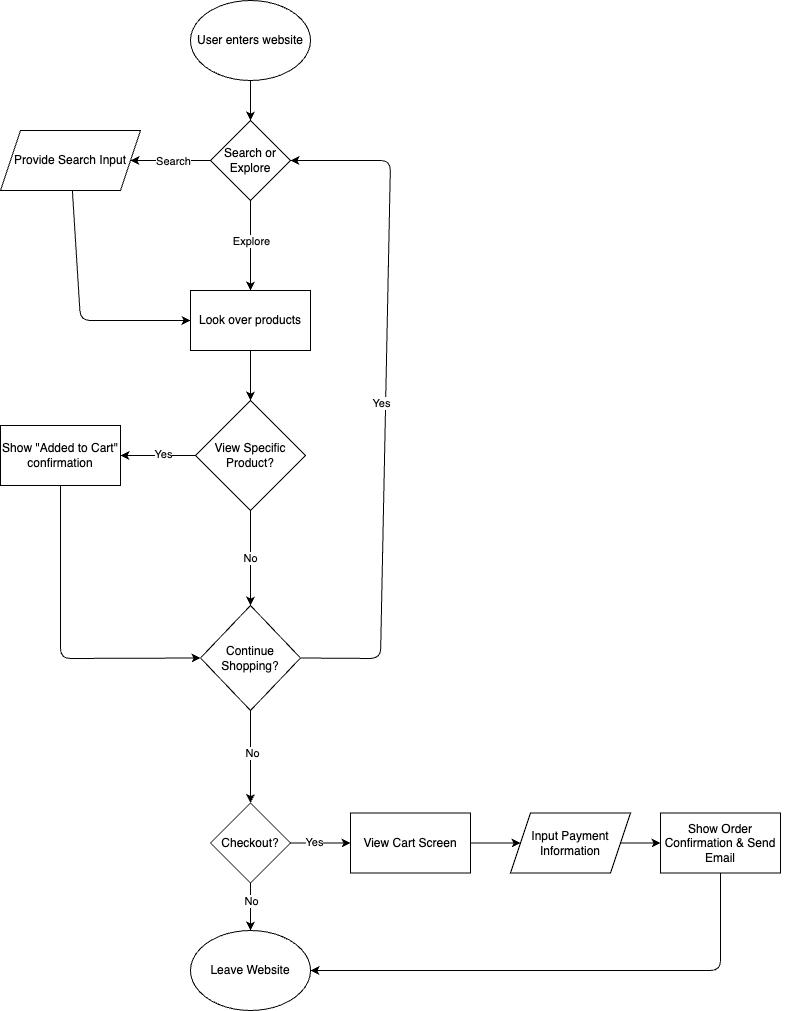
Above: explore/diagramming/diagram.drawio.png in iirosales/sp26-cse110-lab4 (draw.io), before the change. Source tidied: cells renumbered, new cells last; positions are measured from the earlier drawing's top-left corner, leaving out a move shared by most shapes. Source of this version:
```xml
<mxGraphModel>
  <root>
    <mxCell id="0" />
    <mxCell id="1" parent="0" />
    <mxCell id="2" style="edgeStyle=none;html=1;" parent="1" edge="1" source="3" target="8">
      <mxGeometry relative="1" as="geometry" />
    </mxCell>
    <mxCell id="3" value="User enters website" style="ellipse;whiteSpace=wrap;html=1;" parent="1" vertex="1">
      <mxGeometry x="190" width="120" height="80" as="geometry" />
    </mxCell>
    <mxCell id="4" style="edgeStyle=none;html=1;entryX=1;entryY=0.5;entryDx=0;entryDy=0;" parent="1" edge="1" source="8" target="10">
      <mxGeometry relative="1" as="geometry" />
    </mxCell>
    <mxCell id="5" value="Search" style="edgeLabel;html=1;align=center;verticalAlign=middle;" parent="4" vertex="1">
      <mxGeometry x="-0.06" relative="1" as="geometry" />
    </mxCell>
    <mxCell id="6" style="edgeStyle=none;html=1;" parent="1" edge="1" source="8" target="12">
      <mxGeometry relative="1" as="geometry" />
    </mxCell>
    <mxCell id="7" value="Explore" style="edgeLabel;html=1;align=center;verticalAlign=middle;" parent="6" vertex="1">
      <mxGeometry x="-0.38" y="3" relative="1" as="geometry">
        <mxPoint x="-3" y="12" as="offset" />
      </mxGeometry>
    </mxCell>
    <mxCell id="8" value="Search or Explore" style="rhombus;whiteSpace=wrap;html=1;" parent="1" vertex="1">
      <mxGeometry x="210" y="120" width="80" height="80" as="geometry" />
    </mxCell>
    <mxCell id="9" style="edgeStyle=none;html=1;entryX=0;entryY=0.5;entryDx=0;entryDy=0;" parent="1" edge="1" source="10" target="12">
      <mxGeometry relative="1" as="geometry">
        <Array as="points">
          <mxPoint x="80" y="320" />
        </Array>
      </mxGeometry>
    </mxCell>
    <mxCell id="10" value="Provide Search Input" style="shape=parallelogram;perimeter=parallelogramPerimeter;whiteSpace=wrap;html=1;fixedSize=1;" parent="1" vertex="1">
      <mxGeometry y="130" width="140" height="60" as="geometry" />
    </mxCell>
    <mxCell id="11" style="edgeStyle=none;html=1;" parent="1" edge="1" source="12" target="16">
      <mxGeometry relative="1" as="geometry" />
    </mxCell>
    <mxCell id="12" value="Look over products" style="whiteSpace=wrap;html=1;" parent="1" vertex="1">
      <mxGeometry x="190" y="290" width="120" height="60" as="geometry" />
    </mxCell>
    <mxCell id="13" value="No" style="edgeStyle=none;html=1;" parent="1" edge="1" source="16" target="21">
      <mxGeometry relative="1" as="geometry" />
    </mxCell>
    <mxCell id="14" style="edgeStyle=none;html=1;" parent="1" edge="1" source="16" target="23">
      <mxGeometry relative="1" as="geometry" />
    </mxCell>
    <mxCell id="15" value="Yes" style="edgeLabel;html=1;align=center;verticalAlign=middle;" parent="14" vertex="1">
      <mxGeometry x="-0.13" y="-2" relative="1" as="geometry" />
    </mxCell>
    <mxCell id="16" value="View Specific Product?" style="rhombus;whiteSpace=wrap;html=1;" parent="1" vertex="1">
      <mxGeometry x="195" y="400" width="110" height="110" as="geometry" />
    </mxCell>
    <mxCell id="17" style="edgeStyle=none;html=1;entryX=1;entryY=0.5;entryDx=0;entryDy=0;exitX=1;exitY=0.5;exitDx=0;exitDy=0;" parent="1" edge="1" source="21" target="8">
      <mxGeometry relative="1" as="geometry">
        <Array as="points">
          <mxPoint x="380" y="658" />
          <mxPoint x="390" y="160" />
        </Array>
      </mxGeometry>
    </mxCell>
    <mxCell id="18" value="Yes" style="edgeLabel;html=1;align=center;verticalAlign=middle;" parent="17" vertex="1">
      <mxGeometry x="0.02" y="-5" relative="1" as="geometry">
        <mxPoint x="-10" y="9" as="offset" />
      </mxGeometry>
    </mxCell>
    <mxCell id="19" style="edgeStyle=none;html=1;" parent="1" edge="1" source="21" target="28">
      <mxGeometry relative="1" as="geometry" />
    </mxCell>
    <mxCell id="20" value="No" style="edgeLabel;html=1;align=center;verticalAlign=middle;" parent="19" vertex="1">
      <mxGeometry x="-0.1" y="1" relative="1" as="geometry" />
    </mxCell>
    <mxCell id="21" value="Continue Shopping?" style="rhombus;whiteSpace=wrap;html=1;" parent="1" vertex="1">
      <mxGeometry x="200" y="605" width="100" height="105" as="geometry" />
    </mxCell>
    <mxCell id="22" style="edgeStyle=none;html=1;entryX=0;entryY=0.5;entryDx=0;entryDy=0;" parent="1" edge="1" source="23" target="21">
      <mxGeometry relative="1" as="geometry">
        <Array as="points">
          <mxPoint x="60" y="658" />
        </Array>
      </mxGeometry>
    </mxCell>
    <mxCell id="23" value="Show &quot;Added to Cart&quot; confirmation" style="whiteSpace=wrap;html=1;" parent="1" vertex="1">
      <mxGeometry y="425" width="120" height="60" as="geometry" />
    </mxCell>
    <mxCell id="24" style="edgeStyle=none;html=1;" parent="1" edge="1" source="28" target="30">
      <mxGeometry relative="1" as="geometry" />
    </mxCell>
    <mxCell id="25" value="Yes" style="edgeLabel;html=1;align=center;verticalAlign=middle;" parent="24" vertex="1">
      <mxGeometry x="-0.21" y="1" relative="1" as="geometry" />
    </mxCell>
    <mxCell id="26" style="edgeStyle=none;html=1;entryX=0.5;entryY=0;entryDx=0;entryDy=0;" parent="1" edge="1" source="28" target="34">
      <mxGeometry relative="1" as="geometry" />
    </mxCell>
    <mxCell id="27" value="No" style="edgeLabel;html=1;align=center;verticalAlign=middle;" parent="26" vertex="1">
      <mxGeometry x="0.09" y="-1" relative="1" as="geometry">
        <mxPoint x="1" y="-7" as="offset" />
      </mxGeometry>
    </mxCell>
    <mxCell id="28" value="Checkout?" style="rhombus;whiteSpace=wrap;html=1;" parent="1" vertex="1">
      <mxGeometry x="210" y="802.5" width="80" height="80" as="geometry" />
    </mxCell>
    <mxCell id="29" style="edgeStyle=none;html=1;" parent="1" edge="1" source="30" target="32">
      <mxGeometry relative="1" as="geometry" />
    </mxCell>
    <mxCell id="30" value="View Cart Screen" style="whiteSpace=wrap;html=1;" parent="1" vertex="1">
      <mxGeometry x="350" y="812.5" width="120" height="60" as="geometry" />
    </mxCell>
    <mxCell id="31" style="edgeStyle=none;html=1;" parent="1" edge="1" source="36">
      <mxGeometry relative="1" as="geometry">
        <mxPoint x="740" y="842.5" as="targetPoint" />
      </mxGeometry>
    </mxCell>
    <mxCell id="32" value="Input Payment Information" style="shape=parallelogram;perimeter=parallelogramPerimeter;whiteSpace=wrap;html=1;fixedSize=1;" parent="1" vertex="1">
      <mxGeometry x="510" y="812.5" width="120" height="60" as="geometry" />
    </mxCell>
    <mxCell id="33" style="edgeStyle=none;html=1;entryX=1;entryY=0.5;entryDx=0;entryDy=0;" parent="1" edge="1" source="36" target="34">
      <mxGeometry relative="1" as="geometry">
        <Array as="points">
          <mxPoint x="720" y="970" />
        </Array>
      </mxGeometry>
    </mxCell>
    <mxCell id="34" value="Leave Website" style="ellipse;whiteSpace=wrap;html=1;" parent="1" vertex="1">
      <mxGeometry x="190" y="930" width="120" height="80" as="geometry" />
    </mxCell>
    <mxCell id="35" style="edgeStyle=none;html=1;" parent="1" edge="1" source="32" target="36">
      <mxGeometry relative="1" as="geometry" />
    </mxCell>
    <mxCell id="36" value="Show Order Confirmation &amp;amp; Send Email" style="whiteSpace=wrap;html=1;" parent="1" vertex="1">
      <mxGeometry x="660" y="812.5" width="120" height="60" as="geometry" />
    </mxCell>
  </root>
</mxGraphModel>
```
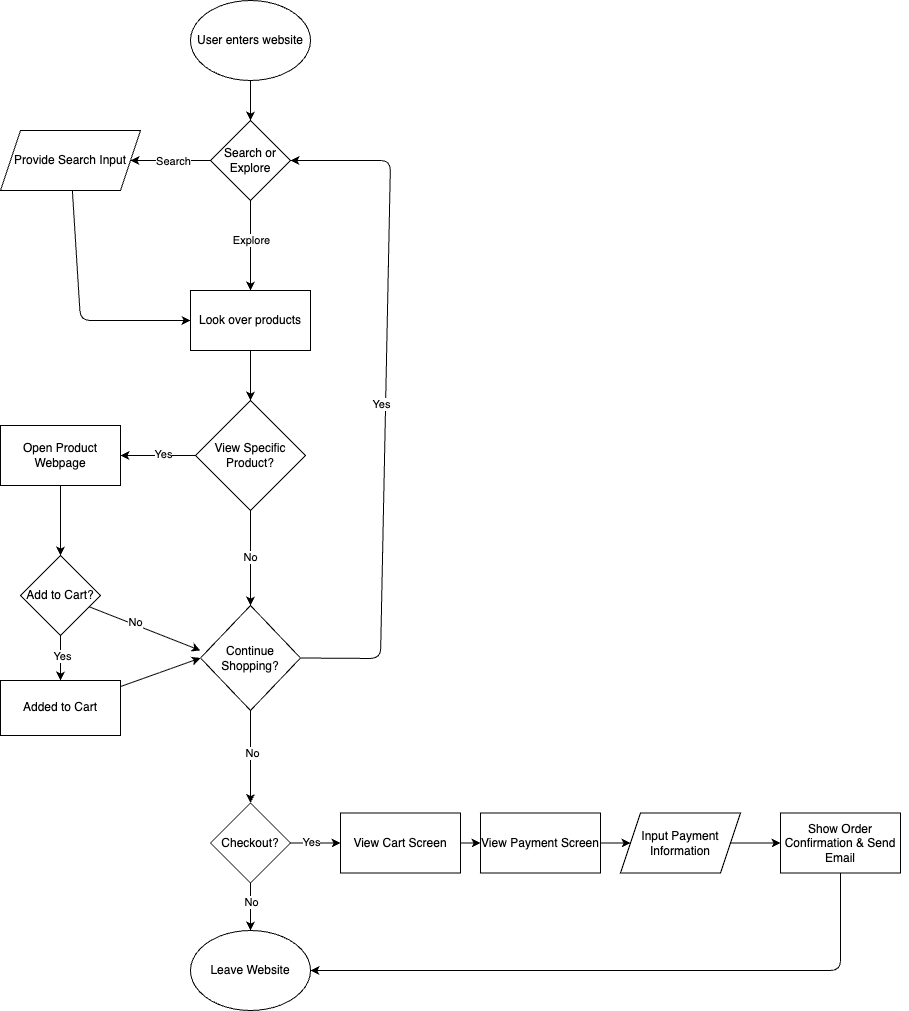
Above is the later version.

Commit message:
finished diagram

Diff of the diagram source:
```diff
@@ -75,14 +75,10 @@
     <mxCell id="21" value="Continue Shopping?" style="rhombus;whiteSpace=wrap;html=1;" parent="1" vertex="1">
       <mxGeometry x="200" y="605" width="100" height="105" as="geometry" />
     </mxCell>
-    <mxCell id="22" style="edgeStyle=none;html=1;entryX=0;entryY=0.5;entryDx=0;entryDy=0;" parent="1" edge="1" source="23" target="21">
-      <mxGeometry relative="1" as="geometry">
-        <Array as="points">
-          <mxPoint x="60" y="658" />
-        </Array>
-      </mxGeometry>
-    </mxCell>
+    <mxCell id="37" style="edgeStyle=none;html=1;" parent="1" edge="1" source="23" target="43">
+      <mxGeometry relative="1" as="geometry" />
+    </mxCell>
-    <mxCell id="23" value="Show &quot;Added to Cart&quot; confirmation" style="whiteSpace=wrap;html=1;" parent="1" vertex="1">
+    <mxCell id="23" value="Open Product Webpage" style="whiteSpace=wrap;html=1;" parent="1" vertex="1">
       <mxGeometry y="425" width="120" height="60" as="geometry" />
     </mxCell>
     <mxCell id="24" style="edgeStyle=none;html=1;" parent="1" edge="1" source="28" target="30">
@@ -102,24 +98,24 @@
     <mxCell id="28" value="Checkout?" style="rhombus;whiteSpace=wrap;html=1;" parent="1" vertex="1">
       <mxGeometry x="210" y="802.5" width="80" height="80" as="geometry" />
     </mxCell>
-    <mxCell id="29" style="edgeStyle=none;html=1;" parent="1" edge="1" source="30" target="32">
-      <mxGeometry relative="1" as="geometry" />
-    </mxCell>
+    <mxCell id="38" style="edgeStyle=none;html=1;entryX=0;entryY=0.5;entryDx=0;entryDy=0;" parent="1" edge="1" source="30" target="47">
+      <mxGeometry relative="1" as="geometry" />
+    </mxCell>
     <mxCell id="30" value="View Cart Screen" style="whiteSpace=wrap;html=1;" parent="1" vertex="1">
-      <mxGeometry x="350" y="812.5" width="120" height="60" as="geometry" />
+      <mxGeometry x="340" y="812.5" width="120" height="60" as="geometry" />
     </mxCell>
     <mxCell id="31" style="edgeStyle=none;html=1;" parent="1" edge="1" source="36">
       <mxGeometry relative="1" as="geometry">
-        <mxPoint x="740" y="842.5" as="targetPoint" />
+        <mxPoint x="860" y="842.5" as="targetPoint" />
       </mxGeometry>
     </mxCell>
     <mxCell id="32" value="Input Payment Information" style="shape=parallelogram;perimeter=parallelogramPerimeter;whiteSpace=wrap;html=1;fixedSize=1;" parent="1" vertex="1">
-      <mxGeometry x="510" y="812.5" width="120" height="60" as="geometry" />
+      <mxGeometry x="620" y="812.5" width="120" height="60" as="geometry" />
     </mxCell>
     <mxCell id="33" style="edgeStyle=none;html=1;entryX=1;entryY=0.5;entryDx=0;entryDy=0;" parent="1" edge="1" source="36" target="34">
       <mxGeometry relative="1" as="geometry">
         <Array as="points">
-          <mxPoint x="720" y="970" />
+          <mxPoint x="840" y="970" />
         </Array>
       </mxGeometry>
     </mxCell>
@@ -130,7 +126,38 @@
       <mxGeometry relative="1" as="geometry" />
     </mxCell>
     <mxCell id="36" value="Show Order Confirmation &amp;amp; Send Email" style="whiteSpace=wrap;html=1;" parent="1" vertex="1">
-      <mxGeometry x="660" y="812.5" width="120" height="60" as="geometry" />
+      <mxGeometry x="780" y="812.5" width="120" height="60" as="geometry" />
     </mxCell>
+    <mxCell id="39" style="edgeStyle=none;html=1;" parent="1" edge="1" source="43" target="45">
+      <mxGeometry relative="1" as="geometry" />
+    </mxCell>
+    <mxCell id="40" value="Yes" style="edgeLabel;html=1;align=center;verticalAlign=middle;" parent="39" vertex="1">
+      <mxGeometry x="-0.11" y="1" relative="1" as="geometry" />
+    </mxCell>
+    <mxCell id="41" style="edgeStyle=none;html=1;" parent="1" edge="1" source="43">
+      <mxGeometry relative="1" as="geometry">
+        <mxPoint x="200" y="650" as="targetPoint" />
+      </mxGeometry>
+    </mxCell>
+    <mxCell id="42" value="No" style="edgeLabel;html=1;align=center;verticalAlign=middle;" parent="41" vertex="1">
+      <mxGeometry x="-0.19" y="3" relative="1" as="geometry">
+        <mxPoint x="-1" as="offset" />
+      </mxGeometry>
+    </mxCell>
+    <mxCell id="43" value="Add to Cart?" style="rhombus;whiteSpace=wrap;html=1;" parent="1" vertex="1">
+      <mxGeometry x="20" y="555" width="80" height="80" as="geometry" />
+    </mxCell>
+    <mxCell id="44" style="edgeStyle=none;html=1;entryX=0;entryY=0.5;entryDx=0;entryDy=0;" parent="1" edge="1" source="45" target="21">
+      <mxGeometry relative="1" as="geometry" />
+    </mxCell>
+    <mxCell id="45" value="Added to Cart" style="whiteSpace=wrap;html=1;" parent="1" vertex="1">
+      <mxGeometry y="680" width="120" height="55" as="geometry" />
+    </mxCell>
+    <mxCell id="46" style="edgeStyle=none;html=1;exitX=1;exitY=0.5;exitDx=0;exitDy=0;" parent="1" edge="1" source="47" target="32">
+      <mxGeometry relative="1" as="geometry" />
+    </mxCell>
+    <mxCell id="47" value="View Payment Screen" style="rounded=0;whiteSpace=wrap;html=1;" parent="1" vertex="1">
+      <mxGeometry x="480" y="812.5" width="120" height="60" as="geometry" />
+    </mxCell>
   </root>
 </mxGraphModel>
```
